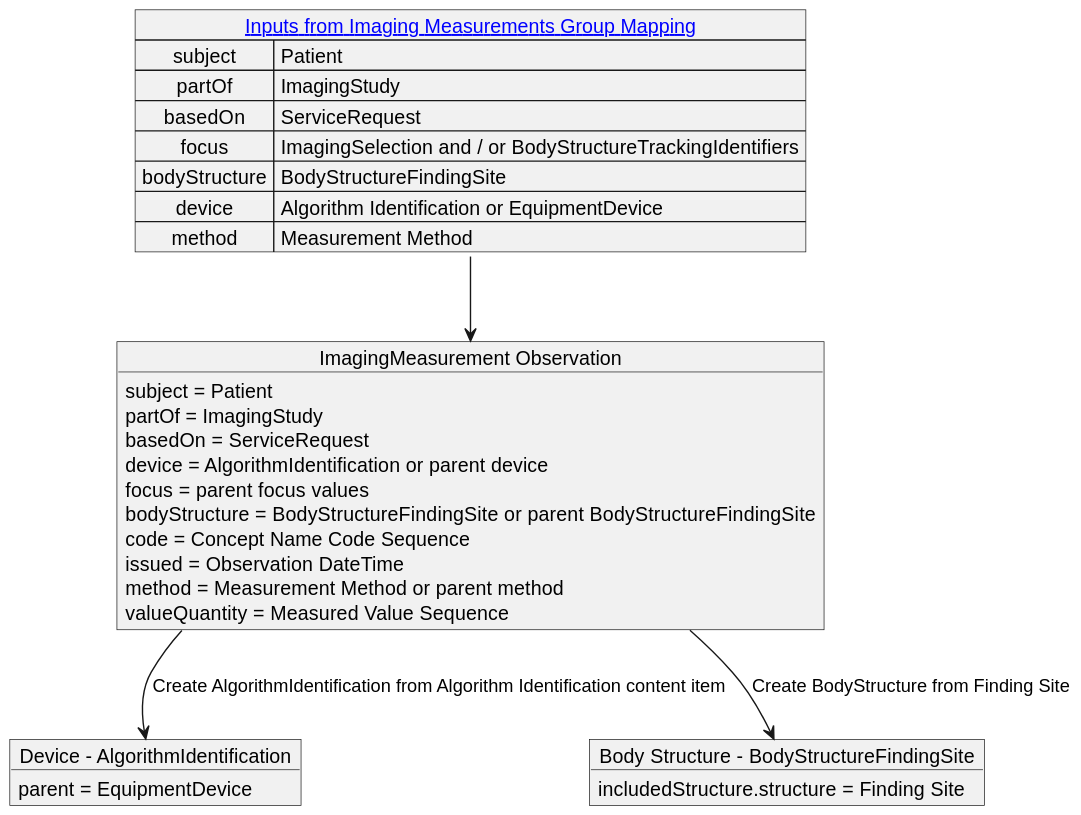
Before: input/images/imaging_measurement_mapping.svg, a diagram exported from PlantUML (HL7/dicom-sr).
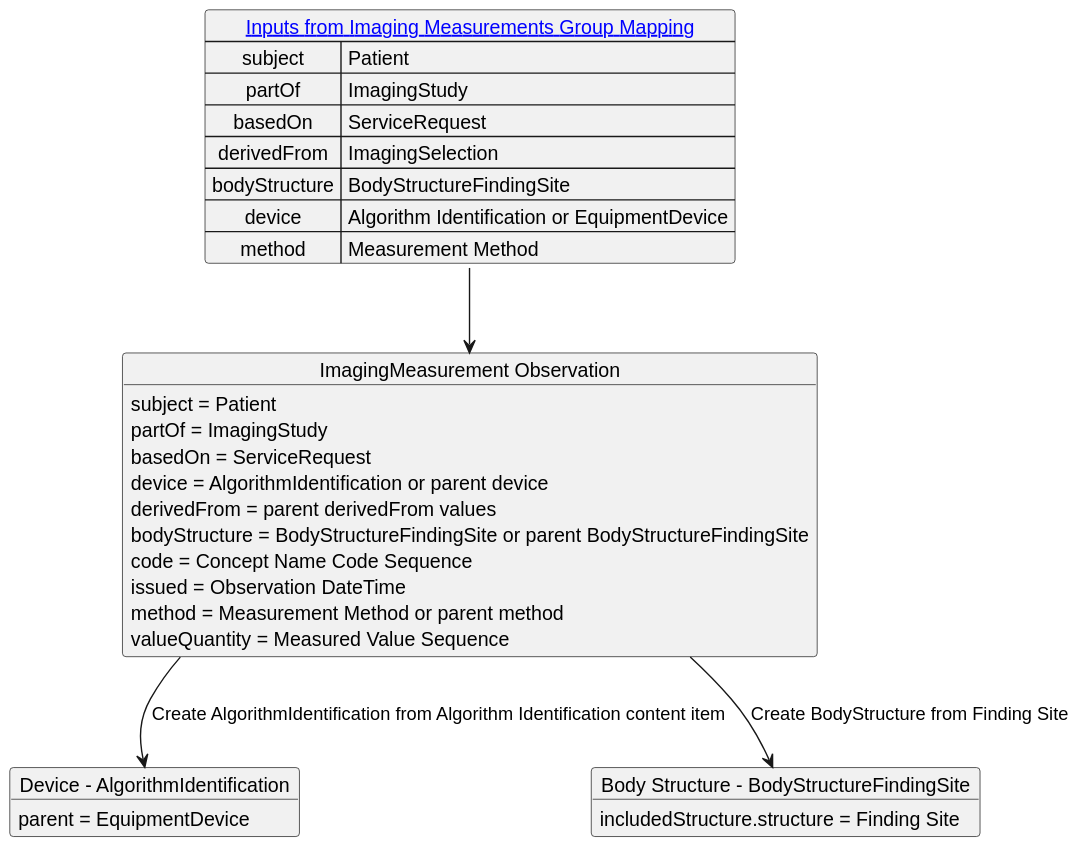
After the change.

What changed in the source:
```diff
@@ -3,7 +3,7 @@
    subject => Patient
    partOf => ImagingStudy
    basedOn => ServiceRequest
-   focus => ImagingSelection and / or BodyStructureTrackingIdentifiers
+   derivedFrom => ImagingSelection
    bodyStructure => BodyStructureFindingSite
    device => Algorithm Identification or EquipmentDevice
    method => Measurement Method
@@ -22,7 +22,7 @@
     partOf = ImagingStudy
     basedOn = ServiceRequest
     device = AlgorithmIdentification or parent device
-    focus = parent focus values
+    derivedFrom = parent derivedFrom values
     bodyStructure = BodyStructureFindingSite or parent BodyStructureFindingSite
     code = Concept Name Code Sequence
     issued = Observation DateTime
```
